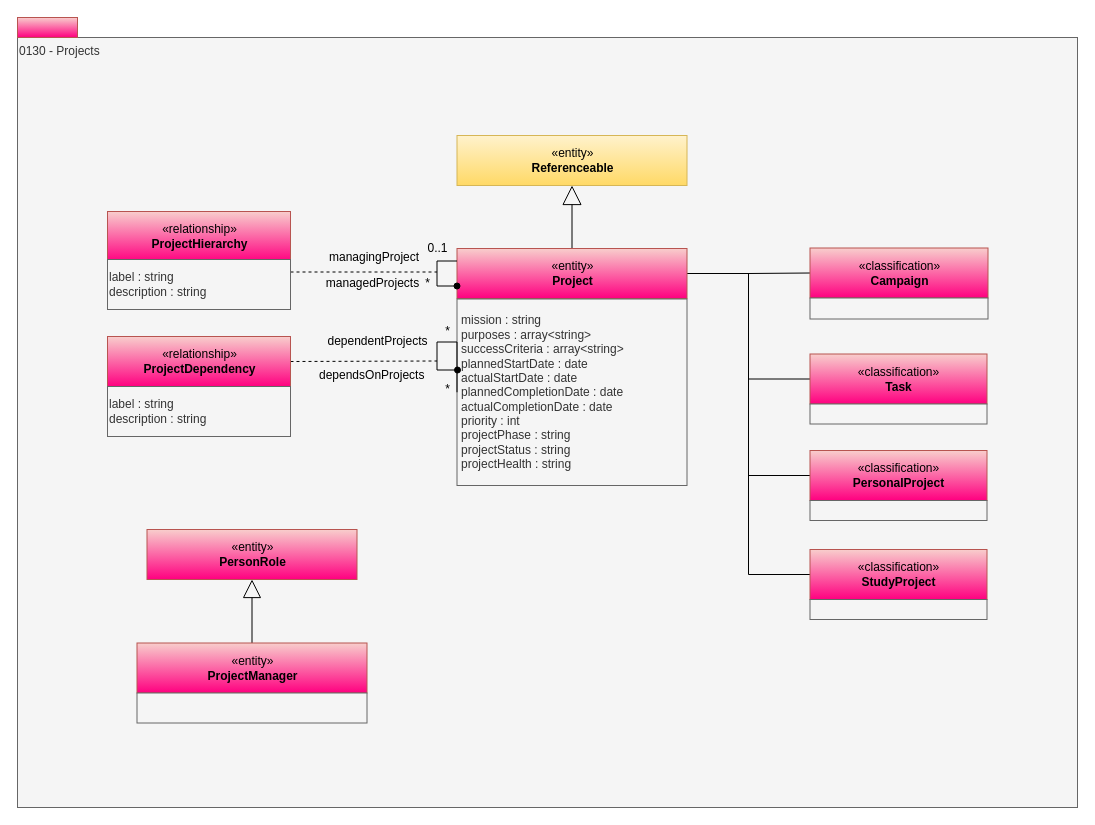
odpi/egeria-docs keeps this draw.io diagram as page "0130-Projects" (11 of 16) of site/docs/types/1/area-1-collaboration.drawio. Above is the earlier version. Source tidied: cells renumbered, new cells numbered last; positions are measured from the earlier drawing's top-left corner, leaving out a move shared by most shapes. Both pictures are drawn from the tidied source at 100%, with x=0, y=0 at pixel (17, 17).
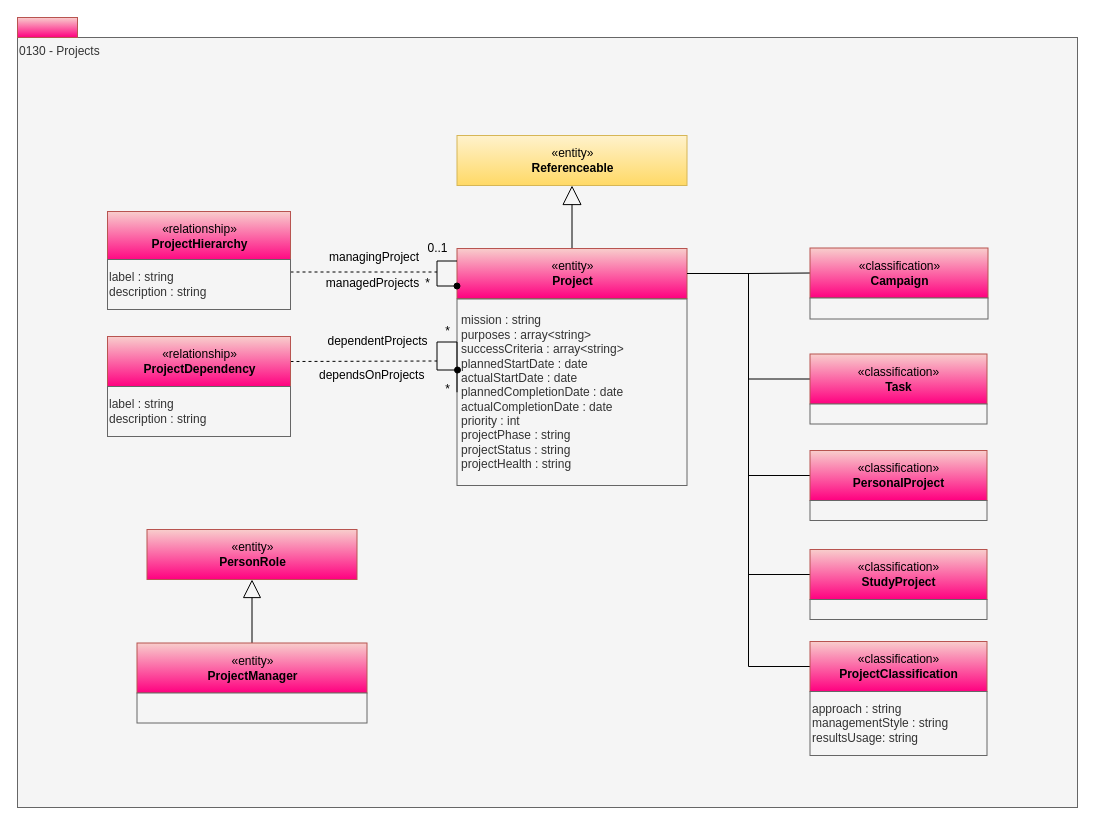
Above is the later version.

Unchanged cells that the change refers to:
```xml
<mxCell id="8" value="«entity»&lt;br&gt;&lt;b&gt;Project&lt;/b&gt;" style="html=1;strokeColor=#b85450;align=center;fillColor=#f8cecc;gradientColor=#FF0080;" parent="1" vertex="1">
  <mxGeometry x="439.5" y="231" width="230" height="50" as="geometry" />
</mxCell>
```

Change to the diagram source:
```diff
@@
+    <mxCell id="40" style="edgeStyle=orthogonalEdgeStyle;rounded=0;jettySize=auto;html=1;entryX=0;entryY=0.5;entryDx=0;entryDy=0;endArrow=none;endFill=0;exitX=1;exitY=0.5;exitDx=0;exitDy=0;" parent="1" edge="1" source="8" target="41">
+      <mxGeometry relative="1" as="geometry" />
+    </mxCell>
+    <mxCell id="41" value="«classification»&lt;br&gt;&lt;b&gt;ProjectClassification&lt;/b&gt;" style="html=1;strokeColor=#b85450;align=center;fillColor=#f8cecc;gradientColor=#FF0080;" parent="1" vertex="1">
+      <mxGeometry x="792.5" y="624" width="177" height="50" as="geometry" />
+    </mxCell>
+    <mxCell id="42" value="approach : string&lt;div&gt;managementStyle : string&lt;/div&gt;&lt;div&gt;resultsUsage: string&lt;/div&gt;" style="rounded=0;whiteSpace=wrap;html=1;align=left;fillColor=#f5f5f5;fontColor=#333333;strokeColor=#666666;" parent="1" vertex="1">
+      <mxGeometry x="792.5" y="674" width="177" height="64" as="geometry" />
+    </mxCell>
```
